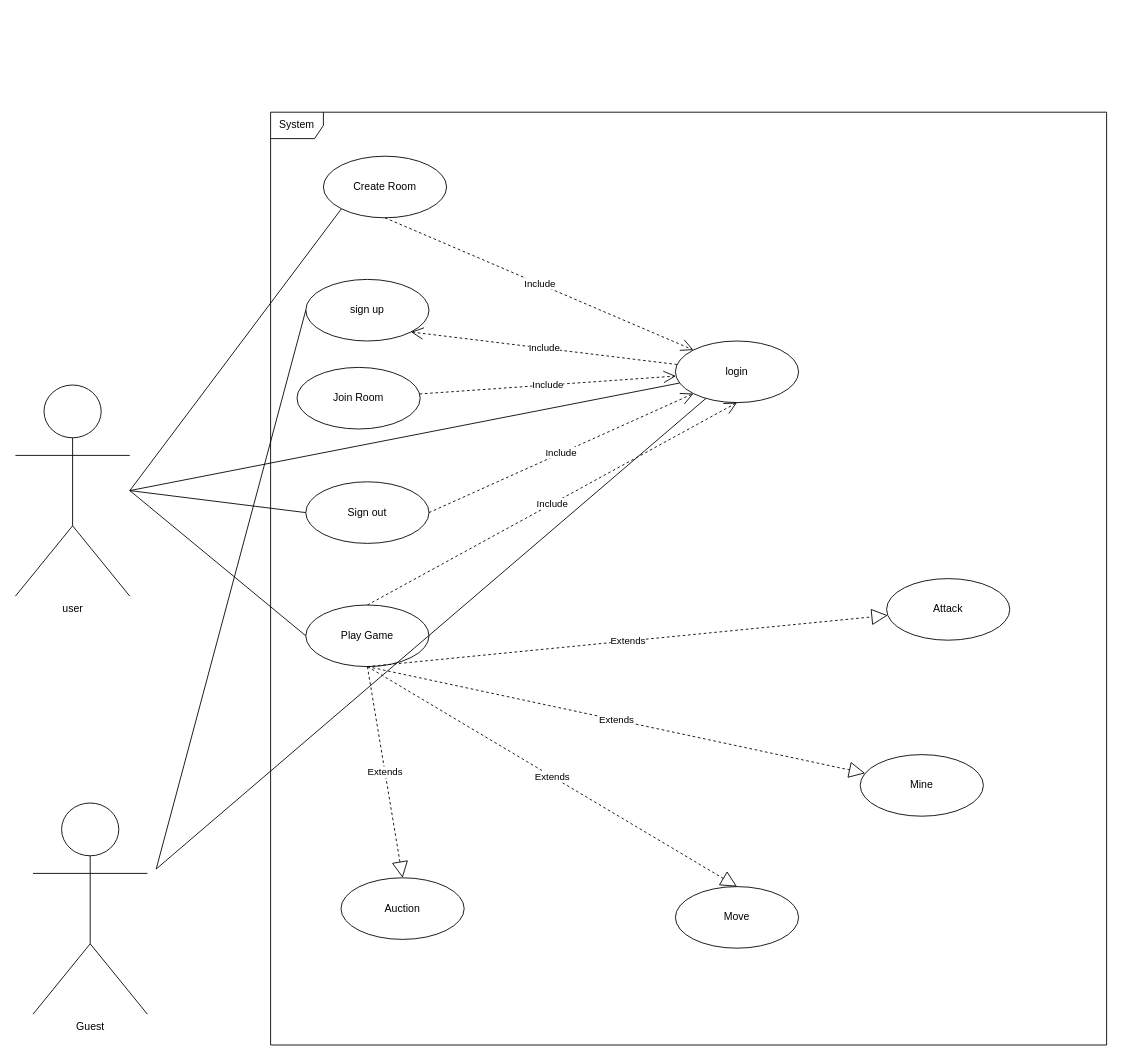
The draw.io diagram Diagrams/Usecase diagram.drawio in paowick/ChessButEbay, before the edit. Source tidied: cells renumbered, new cells numbered last; positions are measured from the earlier drawing's top-left corner, leaving out a move shared by most shapes. Both pictures are drawn from the tidied source at 88%, with x=0, y=0 at pixel (15, 112).
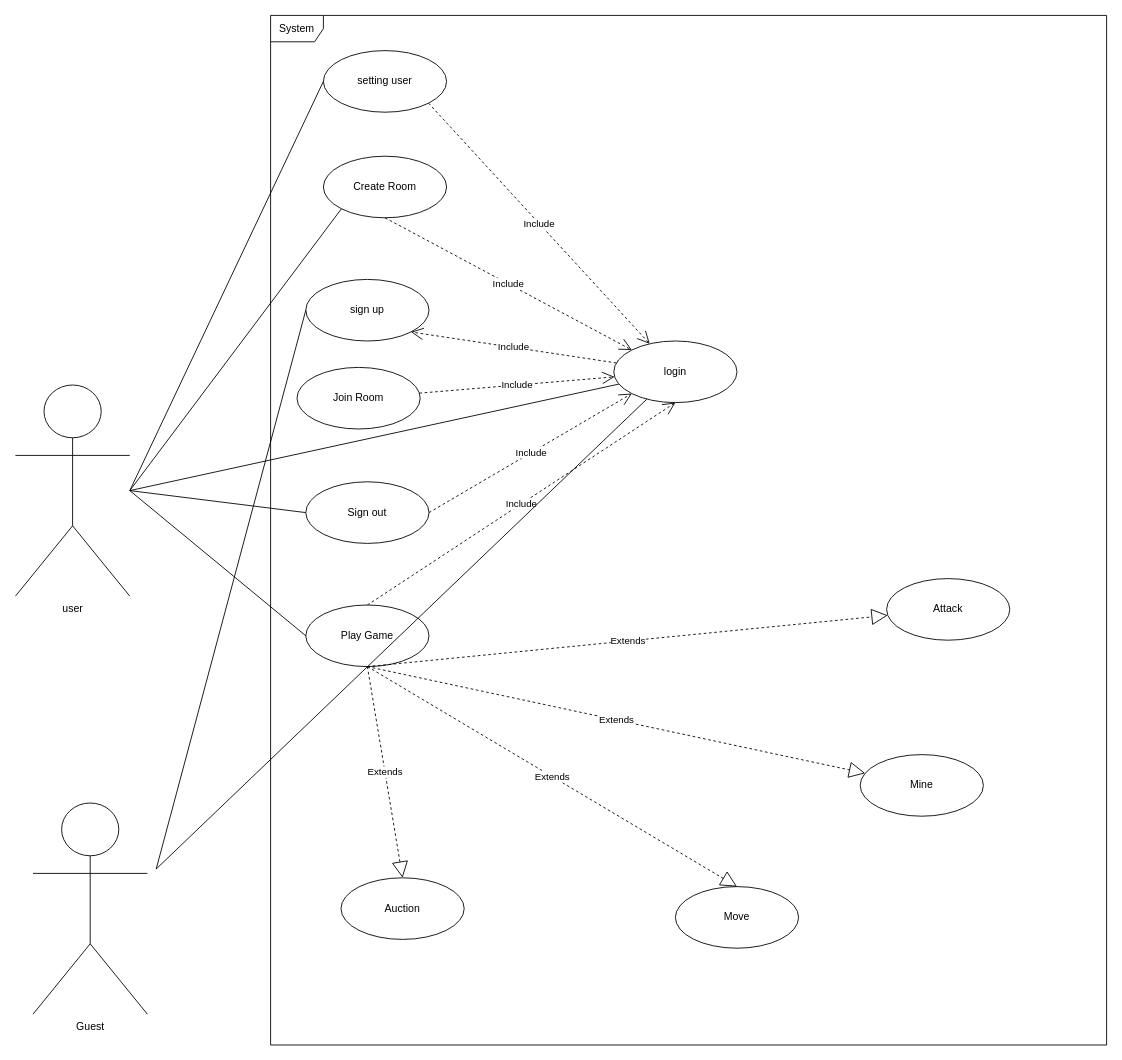
After the change.

Change to the diagram source:
```diff
@@
     <mxCell id="4" value="System" style="shape=umlFrame;whiteSpace=wrap;html=1;" parent="1" vertex="1">
-      <mxGeometry x="290" width="950" height="1060" as="geometry" />
+      <mxGeometry x="290" y="-110" width="950" height="1170" as="geometry" />
     </mxCell>
     <mxCell id="5" value="login" style="ellipse;whiteSpace=wrap;html=1;" parent="1" vertex="1">
-      <mxGeometry x="750" y="260" width="140" height="70" as="geometry" />
+      <mxGeometry x="680" y="260" width="140" height="70" as="geometry" />
     </mxCell>
@@
+    <mxCell id="30" value="setting user" style="ellipse;whiteSpace=wrap;html=1;" parent="1" vertex="1">
+      <mxGeometry x="350" y="-70" width="140" height="70" as="geometry" />
+    </mxCell>
+    <mxCell id="31" style="html=1;endArrow=none;endFill=0;entryX=0;entryY=0.5;entryDx=0;entryDy=0;" parent="1" edge="1" target="30">
+      <mxGeometry relative="1" as="geometry">
+        <mxPoint x="130" y="430" as="sourcePoint" />
+      </mxGeometry>
+    </mxCell>
+    <mxCell id="32" value="Include" style="endArrow=open;endSize=12;dashed=1;html=1;exitX=1;exitY=1;exitDx=0;exitDy=0;" parent="1" edge="1" source="30" target="5">
+      <mxGeometry relative="1" as="geometry" />
+    </mxCell>
```
